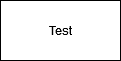
Before: test.drawio.png, a diagram exported from draw.io (adipata/architecture). Source tidied: cells renumbered, new cells last; positions are measured from the earlier drawing's top-left corner, leaving out a move shared by most shapes. The source it was exported from:
```xml
<mxGraphModel>
  <root>
    <mxCell id="0" />
    <mxCell id="1" parent="0" />
    <mxCell id="2" value="Test" style="rounded=0;whiteSpace=wrap;html=1;" parent="1" vertex="1">
      <mxGeometry width="120" height="60" as="geometry" />
    </mxCell>
  </root>
</mxGraphModel>
```
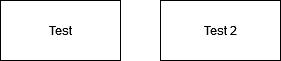
Above is the later version.

The edit, as a diff of the source:
```diff
@@ -5,5 +5,8 @@
     <mxCell id="2" value="Test" style="rounded=0;whiteSpace=wrap;html=1;" parent="1" vertex="1">
       <mxGeometry width="120" height="60" as="geometry" />
     </mxCell>
+    <mxCell id="3" value="Test 2" style="rounded=0;whiteSpace=wrap;html=1;" parent="1" vertex="1">
+      <mxGeometry x="160" width="120" height="60" as="geometry" />
+    </mxCell>
   </root>
 </mxGraphModel>
```
